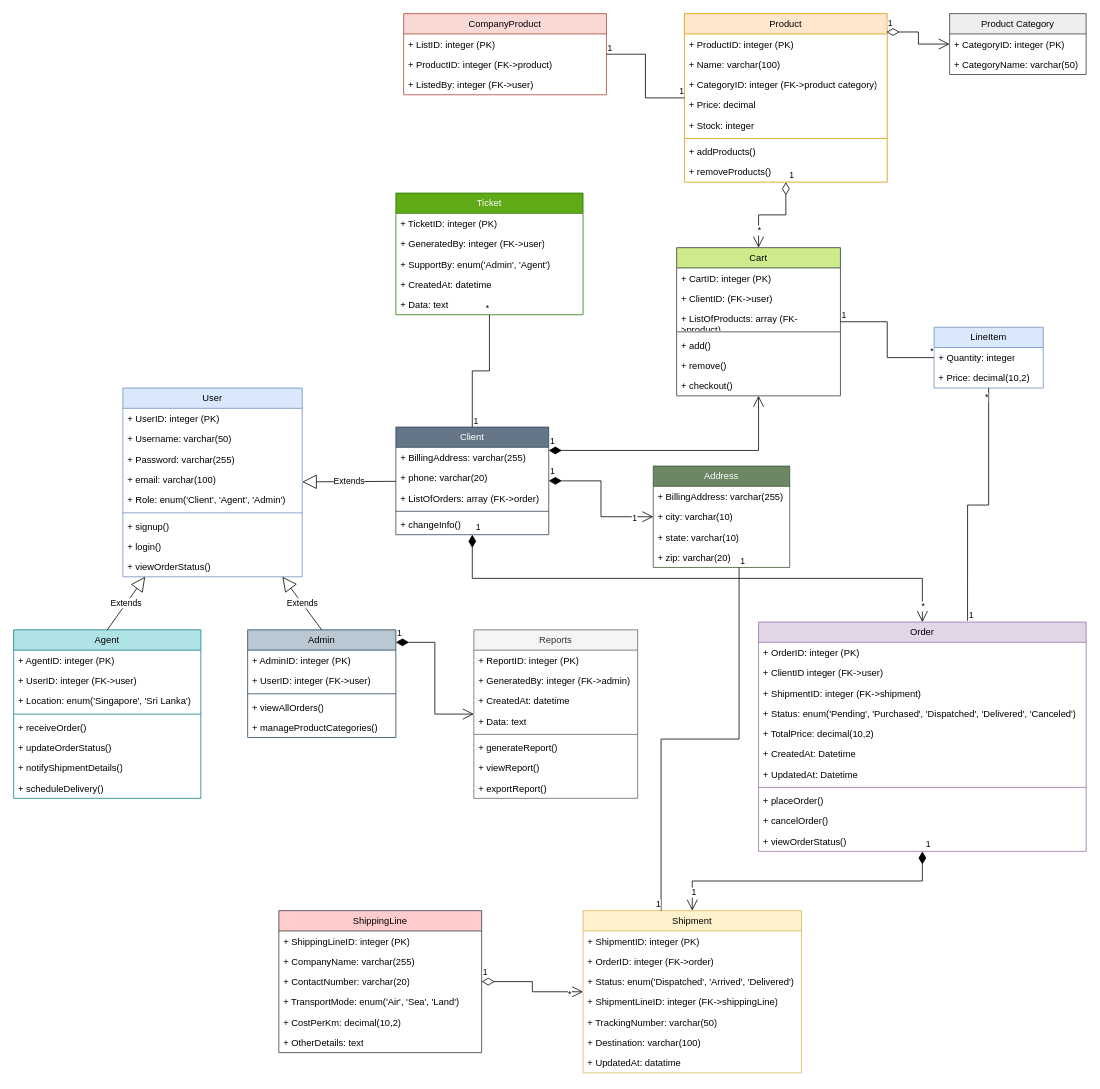
K-M-Shehan/software-design-docs keeps this draw.io diagram as diagrams/UML-class-diagram.drawio. Above is the earlier version. Source tidied: cells renumbered, new cells numbered last; positions are measured from the earlier drawing's top-left corner, leaving out a move shared by most shapes. Both pictures are drawn from the tidied source at 78%, with x=0, y=0 at pixel (13, 13).
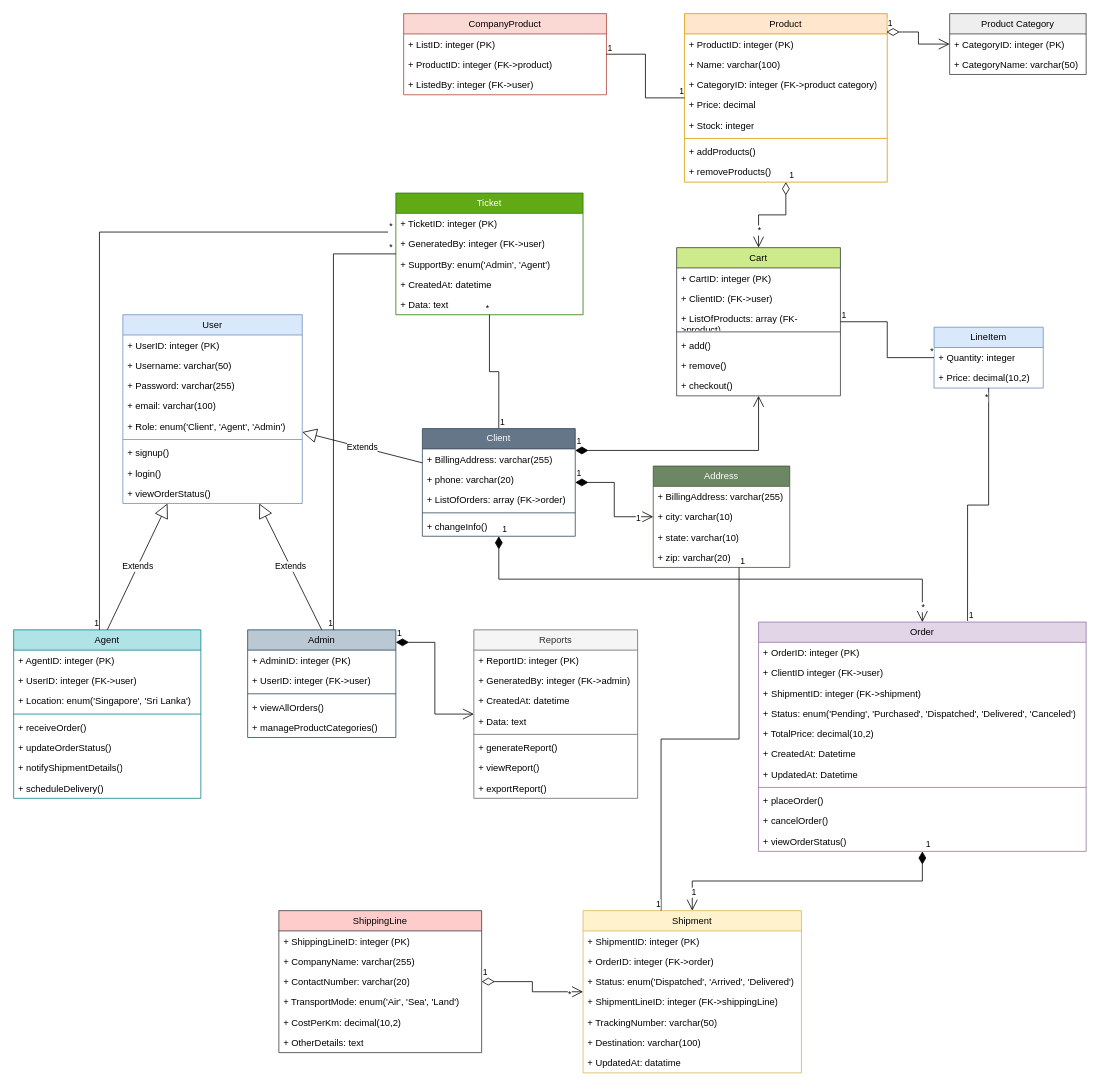
After the change.

Commit message:
created relationships with ticket, admin, agent

The change refers to these unchanged cells:
```xml
<mxCell id="53" value="Admin" style="swimlane;fontStyle=0;horizontal=1;startSize=26;fillColor=#bac8d3;whiteSpace=wrap;html=1;strokeColor=#23445d;" parent="1" vertex="1">
  <mxGeometry x="300" y="790" width="190" height="138" as="geometry" />
</mxCell>
<mxCell id="87" value="Ticket" style="swimlane;fontStyle=0;horizontal=1;startSize=26;fillColor=#60a917;whiteSpace=wrap;html=1;strokeColor=#2D7600;fontColor=#ffffff;" parent="1" vertex="1">
  <mxGeometry x="490" y="230" width="240" height="156" as="geometry" />
</mxCell>
```

Change to the diagram source:
```diff
@@
     <mxCell id="2" value="User" style="swimlane;fontStyle=0;horizontal=1;startSize=26;fillColor=#dae8fc;whiteSpace=wrap;html=1;strokeColor=#6c8ebf;" parent="1" vertex="1">
-      <mxGeometry x="140" y="480" width="230" height="242" as="geometry" />
+      <mxGeometry x="140" y="386" width="230" height="242" as="geometry" />
     </mxCell>
@@
     <mxCell id="114" value="Client" style="swimlane;fontStyle=0;horizontal=1;startSize=26;fillColor=#647687;whiteSpace=wrap;html=1;strokeColor=#314354;fontColor=#ffffff;" parent="1" vertex="1">
-      <mxGeometry x="490" y="530" width="196" height="138" as="geometry" />
+      <mxGeometry x="524" y="532" width="196" height="138" as="geometry" />
     </mxCell>
@@
+    <mxCell id="138" style="endArrow=none;html=1;edgeStyle=orthogonalEdgeStyle;rounded=0;" parent="1" edge="1" source="87" target="53">
+      <mxGeometry relative="1" as="geometry">
+        <Array as="points">
+          <mxPoint x="410" y="308" />
+        </Array>
+      </mxGeometry>
+    </mxCell>
+    <mxCell id="139" value="*" style="edgeLabel;html=1;align=left;verticalAlign=bottom;" parent="138" vertex="1">
+      <mxGeometry x="-1" relative="1" as="geometry">
+        <mxPoint x="-10" as="offset" />
+      </mxGeometry>
+    </mxCell>
+    <mxCell id="140" value="1" style="edgeLabel;html=1;align=right;verticalAlign=bottom;" parent="138" vertex="1">
+      <mxGeometry x="1" relative="1" as="geometry" />
+    </mxCell>
+    <mxCell id="141" style="endArrow=none;html=1;edgeStyle=orthogonalEdgeStyle;rounded=0;" parent="1" edge="1">
+      <mxGeometry relative="1" as="geometry">
+        <mxPoint x="480" y="280" as="sourcePoint" />
+        <mxPoint x="110" y="790" as="targetPoint" />
+        <Array as="points">
+          <mxPoint x="110" y="280" />
+        </Array>
+      </mxGeometry>
+    </mxCell>
+    <mxCell id="142" value="*" style="edgeLabel;html=1;align=left;verticalAlign=bottom;" parent="141" vertex="1">
+      <mxGeometry x="-1" relative="1" as="geometry" />
+    </mxCell>
+    <mxCell id="143" value="1" style="edgeLabel;html=1;align=right;verticalAlign=bottom;" parent="141" vertex="1">
+      <mxGeometry x="1" relative="1" as="geometry" />
+    </mxCell>
```
